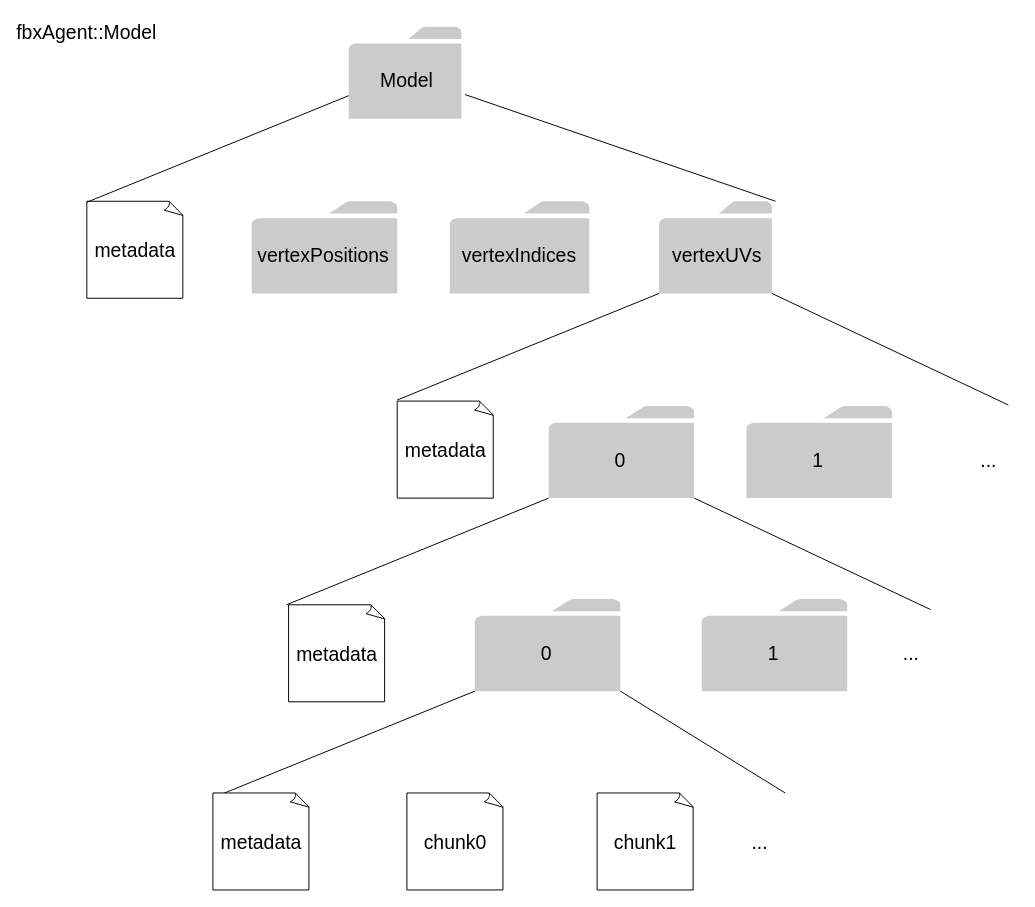
Earlier version of the draw.io diagram design/DataLibStructure.drawio (Dumble009/DataLib). Source tidied: cells renumbered, new cells numbered last; positions are measured from the earlier drawing's top-left corner, leaving out a move shared by most shapes. Both pictures are drawn from the tidied source at 97%, with x=0, y=0 at pixel (57, 16).
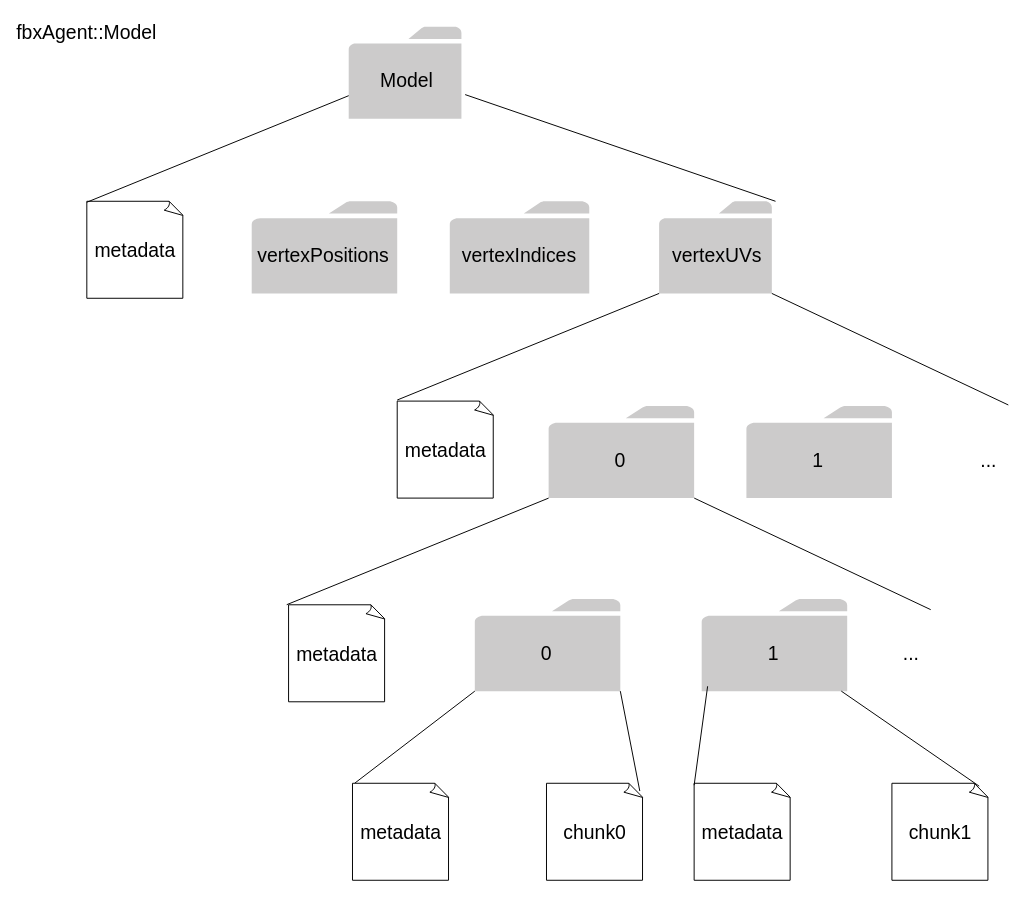
The same page after the edit.

The change refers to these unchanged cells:
```xml
<mxCell id="27" style="sketch=0;shadow=0;dashed=0;html=1;strokeColor=none;labelPosition=center;verticalLabelPosition=bottom;verticalAlign=top;outlineConnect=0;align=center;shape=mxgraph.office.concepts.folder;fillColor=#CCCBCB;fontSize=20;" parent="1" vertex="1">
  <mxGeometry x="663.9" y="600" width="150" height="95" as="geometry" />
</mxCell>
```

Diff of the diagram source:
```diff
@@
-    <mxCell id="30" style="endArrow=none;html=1;rounded=0;fontSize=20;entryX=1.033;entryY=0.737;entryDx=0;entryDy=0;entryPerimeter=0;" parent="1" edge="1">
+    <mxCell id="30" style="endArrow=none;html=1;rounded=0;fontSize=20;entryX=1.033;entryY=0.737;entryDx=0;entryDy=0;entryPerimeter=0;exitX=0.962;exitY=0.08;exitDx=0;exitDy=0;exitPerimeter=0;" parent="1" edge="1" source="33">
       <mxGeometry relative="1" as="geometry">
-        <mxPoint x="750" y="800" as="sourcePoint" />
         <mxPoint x="580" y="695" as="targetPoint" />
       </mxGeometry>
     </mxCell>
-    <mxCell id="31" style="endArrow=none;html=1;rounded=0;fontSize=20;exitX=0;exitY=0.01;exitDx=0;exitDy=0;exitPerimeter=0;" parent="1" edge="1">
+    <mxCell id="31" style="endArrow=none;html=1;rounded=0;fontSize=20;exitX=0.022;exitY=0;exitDx=0;exitDy=0;exitPerimeter=0;" parent="1" edge="1" source="32">
       <mxGeometry relative="1" as="geometry">
-        <mxPoint x="160" y="804.9" as="sourcePoint" />
         <mxPoint x="430" y="695" as="targetPoint" />
       </mxGeometry>
     </mxCell>
     <mxCell id="32" value="metadata" style="whiteSpace=wrap;html=1;shape=mxgraph.basic.document;fontSize=20;fillColor=default;" parent="1" vertex="1">
-      <mxGeometry x="160" y="800" width="100" height="100" as="geometry" />
+      <mxGeometry x="303.9" y="790" width="100" height="100" as="geometry" />
     </mxCell>
     <mxCell id="33" value="chunk0" style="whiteSpace=wrap;html=1;shape=mxgraph.basic.document;fontSize=20;fillColor=default;" parent="1" vertex="1">
-      <mxGeometry x="360" y="800" width="100" height="100" as="geometry" />
+      <mxGeometry x="503.9" y="790" width="100" height="100" as="geometry" />
     </mxCell>
     <mxCell id="34" value="chunk1" style="whiteSpace=wrap;html=1;shape=mxgraph.basic.document;fontSize=20;fillColor=default;" parent="1" vertex="1">
-      <mxGeometry x="556.1" y="800" width="100" height="100" as="geometry" />
+      <mxGeometry x="860" y="790" width="100" height="100" as="geometry" />
     </mxCell>
-    <mxCell id="35" value="..." style="text;html=1;strokeColor=none;fillColor=none;align=center;verticalAlign=middle;whiteSpace=wrap;rounded=0;dashed=1;fontSize=20;" parent="1" vertex="1">
-      <mxGeometry x="693.9" y="835" width="60" height="30" as="geometry" />
-    </mxCell>
+    <mxCell id="36" value="metadata" style="whiteSpace=wrap;html=1;shape=mxgraph.basic.document;fontSize=20;fillColor=default;" parent="1" vertex="1">
+      <mxGeometry x="656.1" y="790" width="100" height="100" as="geometry" />
+    </mxCell>
+    <mxCell id="37" style="endArrow=none;html=1;rounded=0;fontSize=20;exitX=0.9;exitY=0.03;exitDx=0;exitDy=0;exitPerimeter=0;" parent="1" edge="1" source="34" target="27">
+      <mxGeometry relative="1" as="geometry" />
+    </mxCell>
+    <mxCell id="38" style="endArrow=none;html=1;rounded=0;fontSize=20;exitX=0;exitY=0.02;exitDx=0;exitDy=0;exitPerimeter=0;" parent="1" edge="1" source="36">
+      <mxGeometry relative="1" as="geometry">
+        <mxPoint x="670" y="690" as="targetPoint" />
+      </mxGeometry>
+    </mxCell>
```
